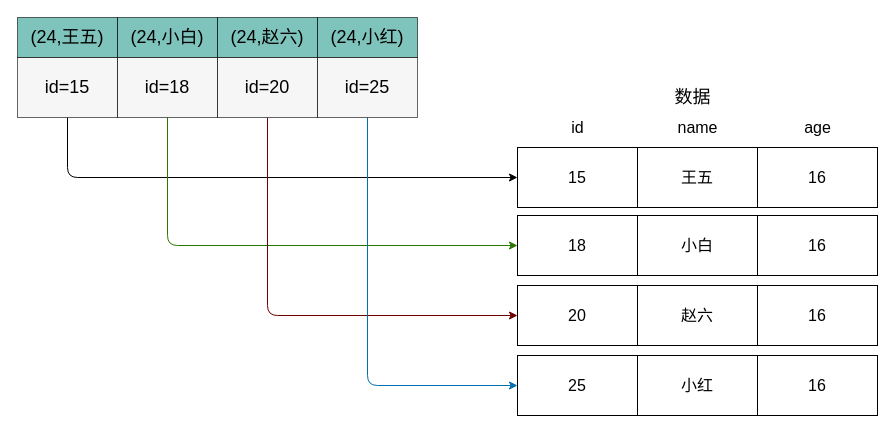
Earlier version of the draw.io diagram page "mysql-icp-without" (1 of 33) of mysql/mysql.drawio (boilingfrog/Go-POINT). Source tidied: cells renumbered, new cells numbered last; positions are measured from the earlier drawing's top-left corner, leaving out a move shared by most shapes. Both pictures are drawn from the tidied source at 100%, with x=0, y=0 at pixel (17, 17).
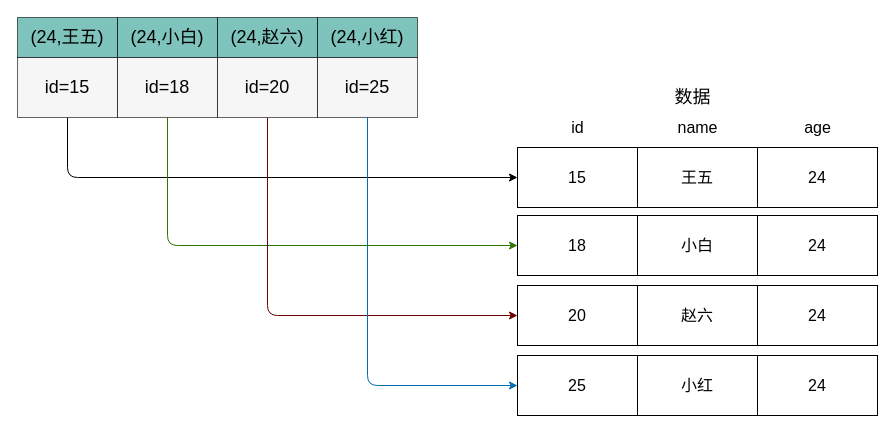
The same diagram, later.

Diff of the diagram source:
```diff
@@
-    <mxCell id="23" value="16" style="rounded=0;whiteSpace=wrap;html=1;fontSize=16;fillColor=none;" parent="1" vertex="1">
+    <mxCell id="23" value="24" style="rounded=0;whiteSpace=wrap;html=1;fontSize=16;fillColor=none;" parent="1" vertex="1">
       <mxGeometry x="740" y="130" width="120" height="60" as="geometry" />
     </mxCell>
@@
-    <mxCell id="27" value="16" style="rounded=0;whiteSpace=wrap;html=1;fontSize=16;fillColor=none;" parent="1" vertex="1">
+    <mxCell id="27" value="24" style="rounded=0;whiteSpace=wrap;html=1;fontSize=16;fillColor=none;" parent="1" vertex="1">
       <mxGeometry x="740" y="198" width="120" height="60" as="geometry" />
     </mxCell>
-    <mxCell id="28" value="16" style="rounded=0;whiteSpace=wrap;html=1;fontSize=16;fillColor=none;" parent="1" vertex="1">
+    <mxCell id="28" value="24" style="rounded=0;whiteSpace=wrap;html=1;fontSize=16;fillColor=none;" parent="1" vertex="1">
       <mxGeometry x="740" y="268" width="120" height="60" as="geometry" />
     </mxCell>
-    <mxCell id="29" value="16" style="rounded=0;whiteSpace=wrap;html=1;fontSize=16;fillColor=none;" parent="1" vertex="1">
+    <mxCell id="29" value="24" style="rounded=0;whiteSpace=wrap;html=1;fontSize=16;fillColor=none;" parent="1" vertex="1">
       <mxGeometry x="740" y="338" width="120" height="60" as="geometry" />
     </mxCell>
```
